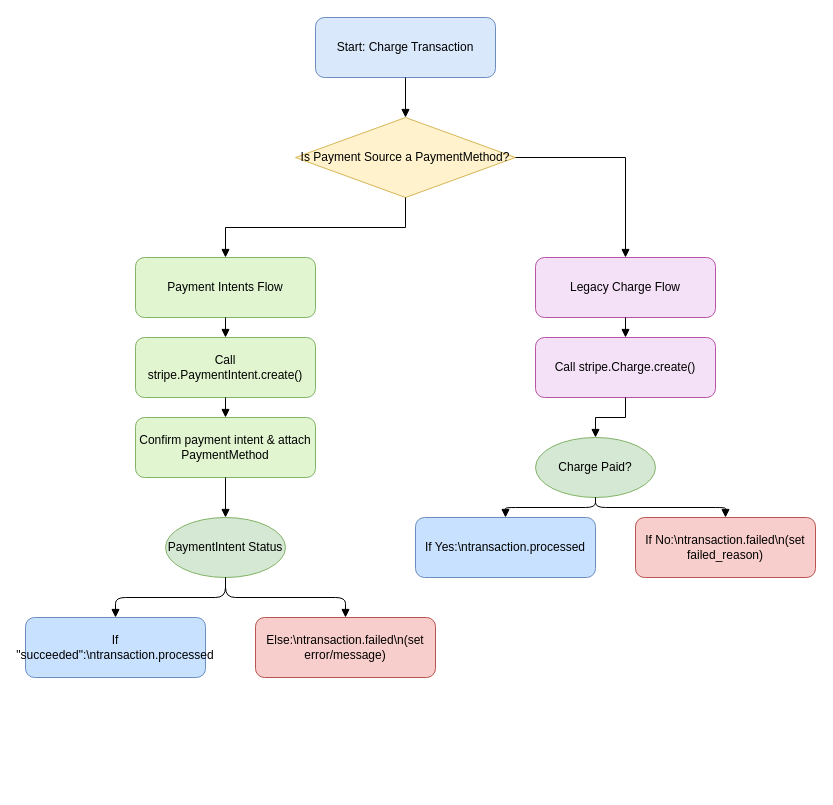
Before: stripe_charge_flow.drawio in ThomasMasak/cicd-pipeline-testing-with-Eric, a draw.io diagram. Source tidied: cells renumbered, new cells numbered last; positions are measured from the earlier drawing's top-left corner, leaving out a move shared by most shapes. Both pictures are drawn from the tidied source at 100%, with x=0, y=0 at pixel (25, 17).
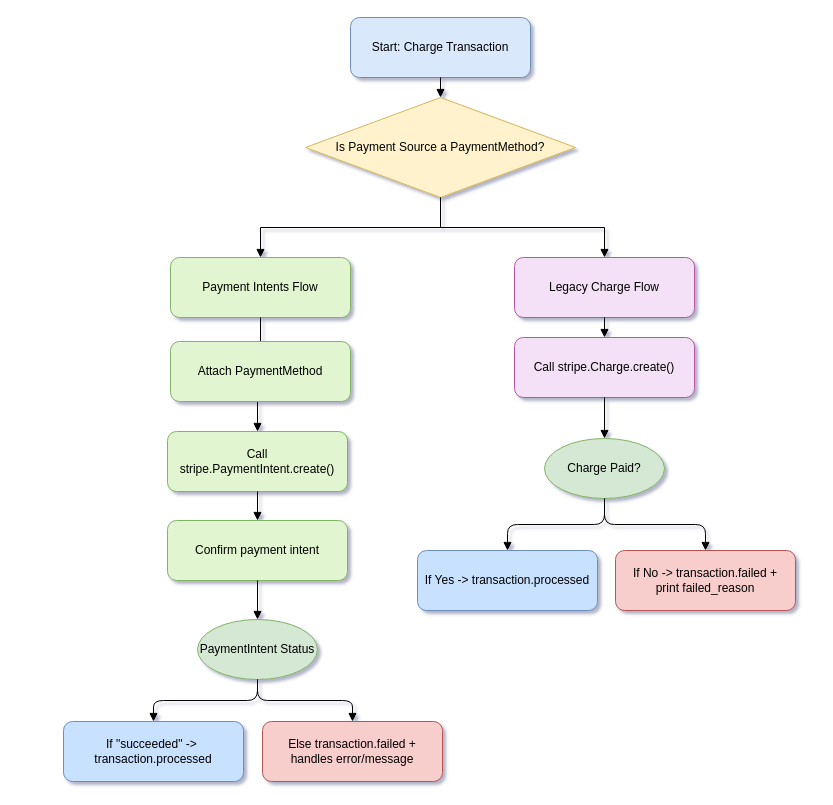
After the change.

What changed in the source:
```diff
@@
-<mxGraphModel>
+<mxGraphModel shadow="1">
@@
     <mxCell id="2" value="Start: Charge Transaction" style="rounded=1;whiteSpace=wrap;html=1;fillColor=#dae8fc;strokeColor=#6c8ebf;" parent="1" vertex="1">
-      <mxGeometry x="290" width="180" height="60" as="geometry" />
+      <mxGeometry x="325" width="180" height="60" as="geometry" />
     </mxCell>
     <mxCell id="3" value="Is Payment Source a PaymentMethod?" style="rhombus;whiteSpace=wrap;html=1;fillColor=#fff2cc;strokeColor=#d6b656;" parent="1" vertex="1">
-      <mxGeometry x="270" y="100" width="220" height="80" as="geometry" />
+      <mxGeometry x="280" y="80" width="270" height="100" as="geometry" />
     </mxCell>
     <mxCell id="4" value="Payment Intents Flow" style="rounded=1;whiteSpace=wrap;html=1;fillColor=#e1f5d0;strokeColor=#82b366;" parent="1" vertex="1">
-      <mxGeometry x="110" y="240" width="180" height="60" as="geometry" />
+      <mxGeometry x="145" y="240" width="180" height="60" as="geometry" />
     </mxCell>
     <mxCell id="5" value="Call stripe.PaymentIntent.create()" style="rounded=1;whiteSpace=wrap;html=1;fillColor=#e1f5d0;strokeColor=#82b366;" parent="1" vertex="1">
-      <mxGeometry x="110" y="320" width="180" height="60" as="geometry" />
+      <mxGeometry x="142" y="414" width="180" height="60" as="geometry" />
     </mxCell>
-    <mxCell id="6" value="Confirm payment intent &amp; attach PaymentMethod" style="rounded=1;whiteSpace=wrap;html=1;fillColor=#e1f5d0;strokeColor=#82b366;" parent="1" vertex="1">
-      <mxGeometry x="110" y="400" width="180" height="60" as="geometry" />
+    <mxCell id="6" value="Confirm payment intent" style="rounded=1;whiteSpace=wrap;html=1;fillColor=#e1f5d0;strokeColor=#82b366;" parent="1" vertex="1">
+      <mxGeometry x="142" y="503" width="180" height="60" as="geometry" />
     </mxCell>
     <mxCell id="7" value="PaymentIntent Status" style="ellipse;whiteSpace=wrap;html=1;fillColor=#d5e8d4;strokeColor=#82b366;" parent="1" vertex="1">
-      <mxGeometry x="140" y="500" width="120" height="60" as="geometry" />
+      <mxGeometry x="172" y="602" width="120" height="60" as="geometry" />
     </mxCell>
-    <mxCell id="8" value="If &quot;succeeded&quot;:\ntransaction.processed" style="rounded=1;whiteSpace=wrap;html=1;fillColor=#c8e1ff;strokeColor=#6c8ebf;" parent="1" vertex="1">
-      <mxGeometry y="600" width="180" height="60" as="geometry" />
+    <mxCell id="8" value="If &quot;succeeded&quot; -&amp;gt;&amp;nbsp;&lt;div&gt;&lt;span style=&quot;background-color: transparent; color: light-dark(rgb(0, 0, 0), rgb(255, 255, 255));&quot;&gt;transaction.processed&lt;/span&gt;&lt;/div&gt;" style="rounded=1;whiteSpace=wrap;html=1;fillColor=#c8e1ff;strokeColor=#6c8ebf;" parent="1" vertex="1">
+      <mxGeometry x="38" y="704" width="180" height="60" as="geometry" />
     </mxCell>
-    <mxCell id="9" value="Else:\ntransaction.failed\n(set error/message)" style="rounded=1;whiteSpace=wrap;html=1;fillColor=#f8cecc;strokeColor=#b85450;" parent="1" vertex="1">
-      <mxGeometry x="230" y="600" width="180" height="60" as="geometry" />
+    <mxCell id="9" value="Else transaction.failed +&lt;div&gt;handles error/message&lt;/div&gt;" style="rounded=1;whiteSpace=wrap;html=1;fillColor=#f8cecc;strokeColor=#b85450;" parent="1" vertex="1">
+      <mxGeometry x="237" y="704" width="180" height="60" as="geometry" />
     </mxCell>
     <mxCell id="10" value="Legacy Charge Flow" style="rounded=1;whiteSpace=wrap;html=1;fillColor=#f5e1f7;strokeColor=#b854a7;" parent="1" vertex="1">
-      <mxGeometry x="510" y="240" width="180" height="60" as="geometry" />
+      <mxGeometry x="489" y="240" width="180" height="60" as="geometry" />
     </mxCell>
     <mxCell id="11" value="Call stripe.Charge.create()" style="rounded=1;whiteSpace=wrap;html=1;fillColor=#f5e1f7;strokeColor=#b854a7;" parent="1" vertex="1">
-      <mxGeometry x="510" y="320" width="180" height="60" as="geometry" />
+      <mxGeometry x="489" y="320" width="180" height="60" as="geometry" />
     </mxCell>
     <mxCell id="12" value="Charge Paid?" style="ellipse;whiteSpace=wrap;html=1;fillColor=#d5e8d4;strokeColor=#82b366;" parent="1" vertex="1">
-      <mxGeometry x="510" y="420" width="120" height="60" as="geometry" />
+      <mxGeometry x="519" y="421" width="120" height="60" as="geometry" />
     </mxCell>
-    <mxCell id="13" value="If Yes:\ntransaction.processed" style="rounded=1;whiteSpace=wrap;html=1;fillColor=#c8e1ff;strokeColor=#6c8ebf;" parent="1" vertex="1">
-      <mxGeometry x="390" y="500" width="180" height="60" as="geometry" />
+    <mxCell id="13" value="If Yes -&amp;gt; transaction.processed" style="rounded=1;whiteSpace=wrap;html=1;fillColor=#c8e1ff;strokeColor=#6c8ebf;" parent="1" vertex="1">
+      <mxGeometry x="392" y="533" width="180" height="60" as="geometry" />
     </mxCell>
-    <mxCell id="14" value="If No:\ntransaction.failed\n(set failed_reason)" style="rounded=1;whiteSpace=wrap;html=1;fillColor=#f8cecc;strokeColor=#b85450;" parent="1" vertex="1">
-      <mxGeometry x="610" y="500" width="180" height="60" as="geometry" />
+    <mxCell id="14" value="If No -&amp;gt; transaction.failed +&lt;div&gt;print failed_reason&lt;/div&gt;" style="rounded=1;whiteSpace=wrap;html=1;fillColor=#f8cecc;strokeColor=#b85450;" parent="1" vertex="1">
+      <mxGeometry x="590" y="533" width="180" height="60" as="geometry" />
     </mxCell>
@@
-    <mxCell id="21" style="edgeStyle=orthogonalEdgeStyle;strokeColor=#000000;endArrow=block;" parent="1" edge="1" source="7" target="8">
+    <mxCell id="21" style="edgeStyle=orthogonalEdgeStyle;strokeColor=#000000;endArrow=block;entryX=0.5;entryY=0;entryDx=0;entryDy=0;" parent="1" edge="1" source="7" target="8">
       <mxGeometry relative="1" as="geometry" />
     </mxCell>
-    <mxCell id="22" style="edgeStyle=orthogonalEdgeStyle;strokeColor=#000000;endArrow=block;" parent="1" edge="1" source="7" target="9">
+    <mxCell id="22" style="edgeStyle=orthogonalEdgeStyle;strokeColor=#000000;endArrow=block;entryX=0.5;entryY=0;entryDx=0;entryDy=0;" parent="1" edge="1" source="7" target="9">
       <mxGeometry relative="1" as="geometry" />
     </mxCell>
@@
+    <mxCell id="27" value="Attach PaymentMethod" style="rounded=1;whiteSpace=wrap;html=1;fillColor=#e1f5d0;strokeColor=#82b366;" parent="1" vertex="1">
+      <mxGeometry x="145" y="324" width="180" height="60" as="geometry" />
+    </mxCell>
```
